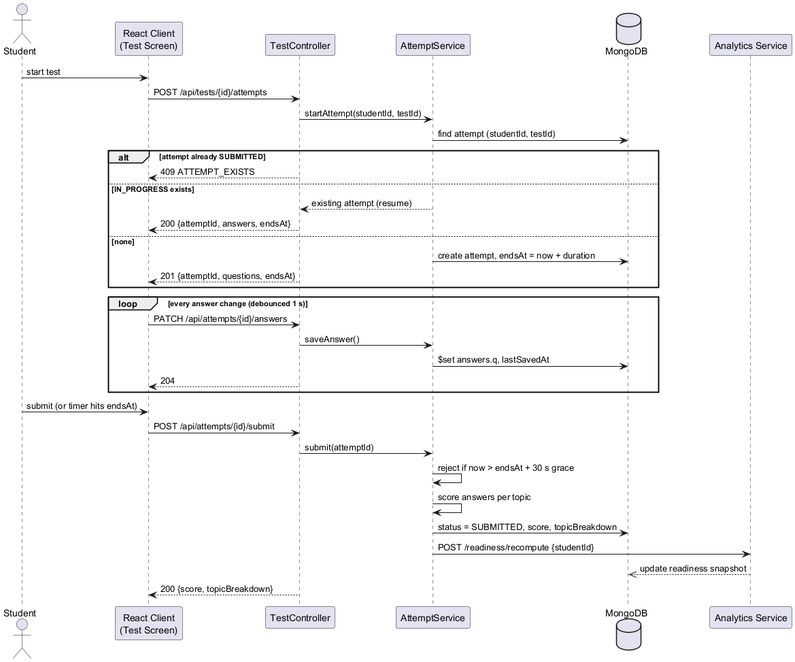
Online-Internship-Placement-Prep-Portal/OIPPP keeps this PlantUML diagram as docs/diagrams/seq_test_attempt.png. Above is the earlier version. Source of this version:
```plantuml
@startuml seq_test_attempt
actor Student
participant "React Client\n(Test Screen)" as C
participant "TestController" as TC
participant "AttemptService" as AS
database MongoDB as DB
participant "Analytics Service" as PY
Student -> C : start test
C -> TC : POST /api/tests/{id}/attempts
TC -> AS : startAttempt(studentId, testId)
AS -> DB : find attempt (studentId, testId)
alt attempt already SUBMITTED
  TC --> C : 409 ATTEMPT_EXISTS
else IN_PROGRESS exists
  AS --> TC : existing attempt (resume)
  TC --> C : 200 {attemptId, answers, endsAt}
else none
  AS -> DB : create attempt, endsAt = now + duration
  TC --> C : 201 {attemptId, questions, endsAt}
end
loop every answer change (debounced 1 s)
  C -> TC : PATCH /api/attempts/{id}/answers
  TC -> AS : saveAnswer()
  AS -> DB : $set answers.q, lastSavedAt
  TC --> C : 204
end
Student -> C : submit (or timer hits endsAt)
C -> TC : POST /api/attempts/{id}/submit
TC -> AS : submit(attemptId)
AS -> AS : reject if now > endsAt + 30 s grace
AS -> AS : score answers per topic
AS -> DB : status = SUBMITTED, score, topicBreakdown
AS -> PY : POST /readiness/recompute {studentId}
PY -->> DB : update readiness snapshot
TC --> C : 200 {score, topicBreakdown}
@enduml
```
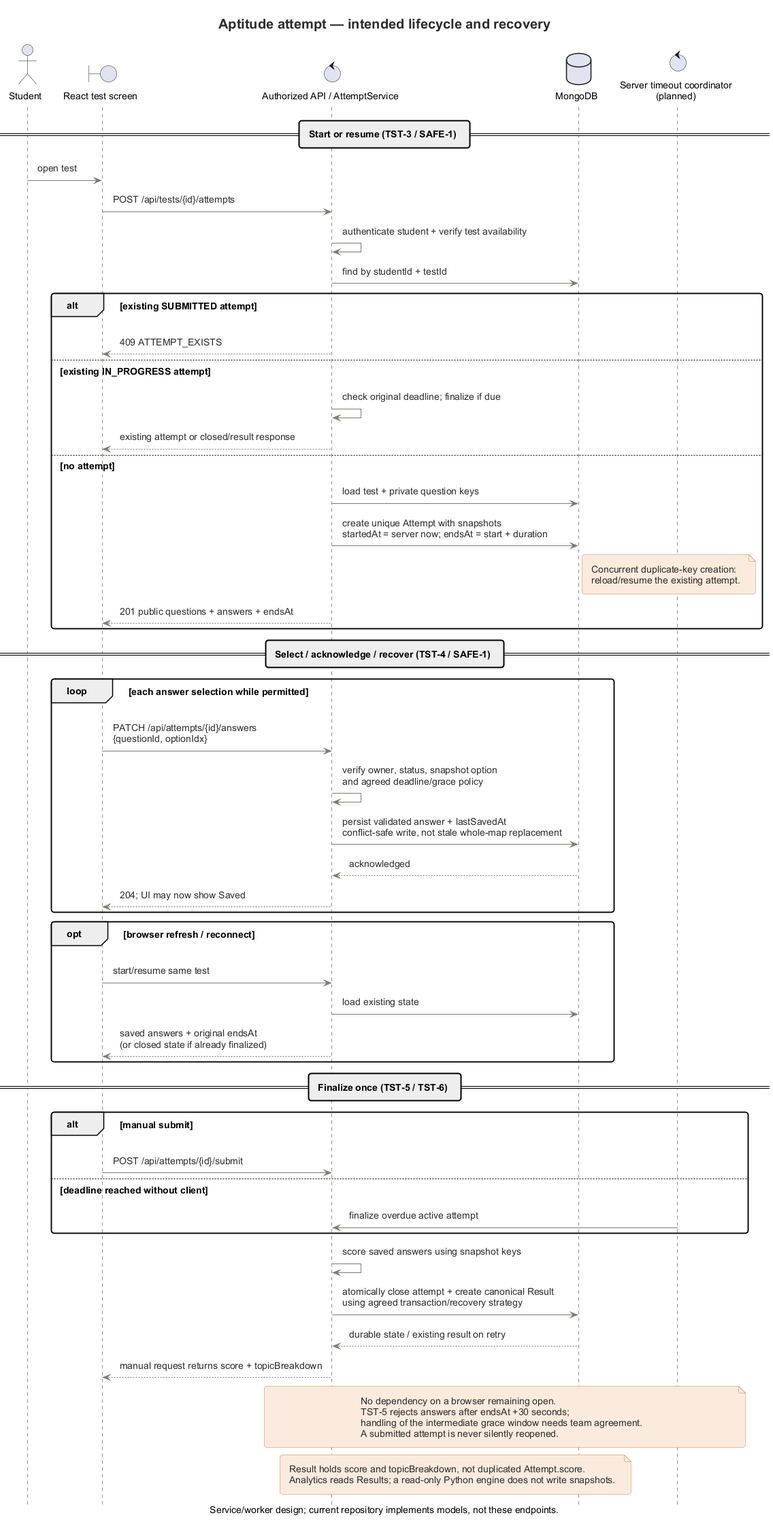
After the change.

The edit, as a diff of the source:
```diff
@@ -1,36 +1,66 @@
 @startuml seq_test_attempt
+!include diagram-style.puml
+hide footbox
+title Aptitude attempt — intended lifecycle and recovery
+caption Service/worker design; current repository implements models, not these endpoints.
 actor Student
-participant "React Client\n(Test Screen)" as C
-participant "TestController" as TC
-participant "AttemptService" as AS
-database MongoDB as DB
-participant "Analytics Service" as PY
-Student -> C : start test
-C -> TC : POST /api/tests/{id}/attempts
-TC -> AS : startAttempt(studentId, testId)
-AS -> DB : find attempt (studentId, testId)
-alt attempt already SUBMITTED
-  TC --> C : 409 ATTEMPT_EXISTS
-else IN_PROGRESS exists
-  AS --> TC : existing attempt (resume)
-  TC --> C : 200 {attemptId, answers, endsAt}
-else none
-  AS -> DB : create attempt, endsAt = now + duration
-  TC --> C : 201 {attemptId, questions, endsAt}
+boundary "React test screen" as C
+control "Authorized API / AttemptService" as AS
+database "MongoDB" as DB
+control "Server timeout coordinator\n(planned)" as TIMER
+
+== Start or resume (TST-3 / SAFE-1) ==
+Student -> C : open test
+C -> AS : POST /api/tests/{id}/attempts
+AS -> AS : authenticate student + verify test availability
+AS -> DB : find by studentId + testId
+alt existing SUBMITTED attempt
+  AS --> C : 409 ATTEMPT_EXISTS
+else existing IN_PROGRESS attempt
+  AS -> AS : check original deadline; finalize if due
+  AS --> C : existing attempt or closed/result response
+else no attempt
+  AS -> DB : load test + private question keys
+  AS -> DB : create unique Attempt with snapshots\nstartedAt = server now; endsAt = start + duration
+  note right of DB
+    Concurrent duplicate-key creation:
+    reload/resume the existing attempt.
+  end note
+  AS --> C : 201 public questions + answers + endsAt
 end
-loop every answer change (debounced 1 s)
-  C -> TC : PATCH /api/attempts/{id}/answers
-  TC -> AS : saveAnswer()
-  AS -> DB : $set answers.q, lastSavedAt
-  TC --> C : 204
+
+== Select / acknowledge / recover (TST-4 / SAFE-1) ==
+loop each answer selection while permitted
+  C -> AS : PATCH /api/attempts/{id}/answers\n{questionId, optionIdx}
+  AS -> AS : verify owner, status, snapshot option\nand agreed deadline/grace policy
+  AS -> DB : persist validated answer + lastSavedAt\nconflict-safe write, not stale whole-map replacement
+  DB --> AS : acknowledged
+  AS --> C : 204; UI may now show Saved
 end
-Student -> C : submit (or timer hits endsAt)
-C -> TC : POST /api/attempts/{id}/submit
-TC -> AS : submit(attemptId)
-AS -> AS : reject if now > endsAt + 30 s grace
-AS -> AS : score answers per topic
-AS -> DB : status = SUBMITTED, score, topicBreakdown
-AS -> PY : POST /readiness/recompute {studentId}
-PY -->> DB : update readiness snapshot
-TC --> C : 200 {score, topicBreakdown}
+opt browser refresh / reconnect
+  C -> AS : start/resume same test
+  AS -> DB : load existing state
+  AS --> C : saved answers + original endsAt\n(or closed state if already finalized)
+end
+
+== Finalize once (TST-5 / TST-6) ==
+alt manual submit
+  C -> AS : POST /api/attempts/{id}/submit
+else deadline reached without client
+  TIMER -> AS : finalize overdue active attempt
+end
+AS -> AS : score saved answers using snapshot keys
+AS -> DB : atomically close attempt + create canonical Result\nusing agreed transaction/recovery strategy
+DB --> AS : durable state / existing result on retry
+AS --> C : manual request returns score + topicBreakdown
+note over AS, TIMER
+  No dependency on a browser remaining open.
+  TST-5 rejects answers after endsAt +30 seconds;
+  handling of the intermediate grace window needs team agreement.
+  A submitted attempt is never silently reopened.
+end note
+note over AS, DB
+  Result holds score and topicBreakdown, not duplicated Attempt.score.
+  Analytics reads Results; a read-only Python engine does not write snapshots.
+end note
 @enduml
```
